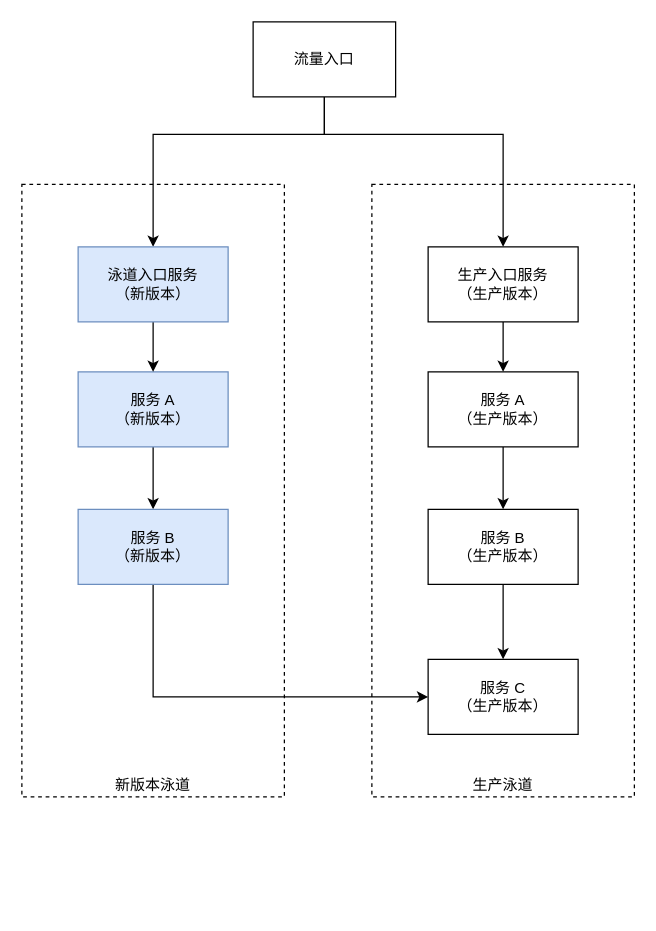
Before: page "第 1 页" (1 of 5) of im/im-grey.drawio in novayoung/draw, a draw.io diagram. Source tidied: cells renumbered, new cells numbered last; positions are measured from the earlier drawing's top-left corner, leaving out a move shared by most shapes. Both pictures are drawn from the tidied source at 125%, with x=0, y=0 at pixel (15, 21).
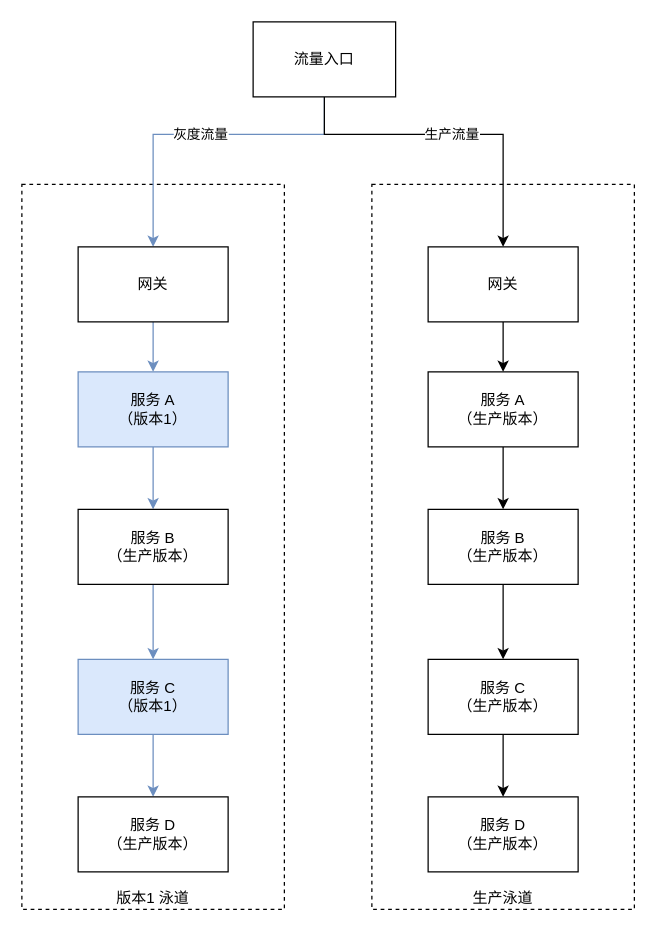
Above is the later version.

Unchanged cells that the change refers to:
```xml
<mxCell id="6" value="流量入口" style="rounded=0;whiteSpace=wrap;html=1;" parent="1" vertex="1">
  <mxGeometry x="190" width="114" height="60" as="geometry" />
</mxCell>
<mxCell id="18" value="服务 C&lt;br&gt;（生产版本）" style="rounded=0;whiteSpace=wrap;html=1;" parent="1" vertex="1">
  <mxGeometry x="330" y="510" width="120" height="60" as="geometry" />
</mxCell>
```

Diff of the diagram source:
```diff
@@
-    <mxCell id="2" value="新版本泳道" style="rounded=0;whiteSpace=wrap;html=1;dashed=1;fillColor=none;verticalAlign=bottom;" parent="1" vertex="1">
-      <mxGeometry x="5" y="130" width="210" height="490" as="geometry" />
+    <mxCell id="2" value="版本1 泳道" style="rounded=0;whiteSpace=wrap;html=1;dashed=1;fillColor=none;verticalAlign=bottom;" parent="1" vertex="1">
+      <mxGeometry x="5" y="130" width="210" height="580" as="geometry" />
     </mxCell>
     <mxCell id="3" value="生产泳道" style="rounded=0;whiteSpace=wrap;html=1;dashed=1;fillColor=none;verticalAlign=bottom;" parent="1" vertex="1">
-      <mxGeometry x="285" y="130" width="210" height="490" as="geometry" />
+      <mxGeometry x="285" y="130" width="210" height="580" as="geometry" />
     </mxCell>
-    <mxCell id="4" style="edgeStyle=orthogonalEdgeStyle;rounded=0;jettySize=auto;html=1;fontColor=#000000;strokeColor=#000000;exitX=0.5;exitY=1;exitDx=0;exitDy=0;" parent="1" edge="1" source="6" target="14">
+    <mxCell id="4" value="灰度流量" style="edgeStyle=orthogonalEdgeStyle;rounded=0;jettySize=auto;html=1;fontColor=#000000;strokeColor=#6c8ebf;exitX=0.5;exitY=1;exitDx=0;exitDy=0;fillColor=#dae8fc;" parent="1" edge="1" source="6" target="14">
       <mxGeometry relative="1" as="geometry">
         <Array as="points">
           <mxPoint x="247" y="90" />
           <mxPoint x="110" y="90" />
         </Array>
       </mxGeometry>
     </mxCell>
-    <mxCell id="5" style="edgeStyle=orthogonalEdgeStyle;rounded=0;jettySize=auto;html=1;fontColor=#000000;strokeColor=#000000;" parent="1" edge="1" target="10">
+    <mxCell id="5" value="生产流量" style="edgeStyle=orthogonalEdgeStyle;rounded=0;jettySize=auto;html=1;fontColor=#000000;strokeColor=#000000;" parent="1" edge="1" target="10">
       <mxGeometry relative="1" as="geometry">
         <mxPoint x="247" y="60" as="sourcePoint" />
         <Array as="points">
           <mxPoint x="247" y="90" />
           <mxPoint x="390" y="90" />
         </Array>
       </mxGeometry>
     </mxCell>
@@
-    <mxCell id="10" value="生产入口服务&lt;br&gt;（生产版本）" style="rounded=0;whiteSpace=wrap;html=1;" parent="1" vertex="1">
+    <mxCell id="10" value="网关" style="rounded=0;whiteSpace=wrap;html=1;" parent="1" vertex="1">
       <mxGeometry x="330" y="180" width="120" height="60" as="geometry" />
     </mxCell>
-    <mxCell id="11" style="edgeStyle=orthogonalEdgeStyle;rounded=0;jettySize=auto;html=1;" parent="1" edge="1" source="12" target="20">
+    <mxCell id="11" style="edgeStyle=orthogonalEdgeStyle;rounded=0;jettySize=auto;html=1;fillColor=#dae8fc;strokeColor=#6c8ebf;" parent="1" edge="1" source="12" target="20">
       <mxGeometry relative="1" as="geometry" />
     </mxCell>
-    <mxCell id="12" value="服务 A&lt;br&gt;（新版本）" style="rounded=0;whiteSpace=wrap;html=1;fillColor=#dae8fc;strokeColor=#6c8ebf;" parent="1" vertex="1">
+    <mxCell id="12" value="服务 A&lt;br&gt;（版本1）" style="rounded=0;whiteSpace=wrap;html=1;fillColor=#dae8fc;strokeColor=#6c8ebf;" parent="1" vertex="1">
       <mxGeometry x="50" y="280" width="120" height="60" as="geometry" />
     </mxCell>
-    <mxCell id="13" style="edgeStyle=orthogonalEdgeStyle;rounded=0;jettySize=auto;html=1;entryX=0.5;entryY=0;entryDx=0;entryDy=0;" parent="1" edge="1" source="14" target="12">
+    <mxCell id="13" style="edgeStyle=orthogonalEdgeStyle;rounded=0;jettySize=auto;html=1;entryX=0.5;entryY=0;entryDx=0;entryDy=0;fillColor=#dae8fc;strokeColor=#6c8ebf;" parent="1" edge="1" source="14" target="12">
       <mxGeometry relative="1" as="geometry" />
     </mxCell>
-    <mxCell id="14" value="泳道入口服务&lt;br&gt;（新版本）" style="rounded=0;whiteSpace=wrap;html=1;fillColor=#dae8fc;strokeColor=#6c8ebf;" parent="1" vertex="1">
+    <mxCell id="14" value="网关" style="rounded=0;whiteSpace=wrap;html=1;" parent="1" vertex="1">
       <mxGeometry x="50" y="180" width="120" height="60" as="geometry" />
     </mxCell>
@@
+    <mxCell id="21" style="edgeStyle=orthogonalEdgeStyle;rounded=0;jettySize=auto;html=1;" parent="1" edge="1" source="18" target="23">
+      <mxGeometry relative="1" as="geometry" />
+    </mxCell>
@@
-    <mxCell id="19" style="edgeStyle=orthogonalEdgeStyle;rounded=0;jettySize=auto;html=1;entryX=0;entryY=0.5;entryDx=0;entryDy=0;exitX=0.5;exitY=1;exitDx=0;exitDy=0;" parent="1" edge="1" source="20" target="18">
-      <mxGeometry relative="1" as="geometry" />
-    </mxCell>
+    <mxCell id="22" style="edgeStyle=orthogonalEdgeStyle;rounded=0;jettySize=auto;html=1;fillColor=#dae8fc;strokeColor=#6c8ebf;" parent="1" edge="1" source="20" target="25">
+      <mxGeometry relative="1" as="geometry" />
+    </mxCell>
-    <mxCell id="20" value="服务 B&lt;br&gt;（新版本）" style="rounded=0;whiteSpace=wrap;html=1;fillColor=#dae8fc;strokeColor=#6c8ebf;" parent="1" vertex="1">
+    <mxCell id="20" value="服务 B&lt;br&gt;（生产版本）" style="rounded=0;whiteSpace=wrap;html=1;" parent="1" vertex="1">
       <mxGeometry x="50" y="390" width="120" height="60" as="geometry" />
     </mxCell>
+    <mxCell id="23" value="服务 D&lt;br&gt;（生产版本）" style="rounded=0;whiteSpace=wrap;html=1;" parent="1" vertex="1">
+      <mxGeometry x="330" y="620" width="120" height="60" as="geometry" />
+    </mxCell>
+    <mxCell id="24" style="edgeStyle=orthogonalEdgeStyle;rounded=0;jettySize=auto;html=1;fillColor=#dae8fc;strokeColor=#6c8ebf;" parent="1" edge="1" source="25" target="26">
+      <mxGeometry relative="1" as="geometry" />
+    </mxCell>
+    <mxCell id="25" value="服务 C&lt;br&gt;（版本1）" style="rounded=0;whiteSpace=wrap;html=1;fillColor=#dae8fc;strokeColor=#6c8ebf;" parent="1" vertex="1">
+      <mxGeometry x="50" y="510" width="120" height="60" as="geometry" />
+    </mxCell>
+    <mxCell id="26" value="服务 D&lt;br&gt;（生产版本）" style="rounded=0;whiteSpace=wrap;html=1;" parent="1" vertex="1">
+      <mxGeometry x="50" y="620" width="120" height="60" as="geometry" />
+    </mxCell>
```
